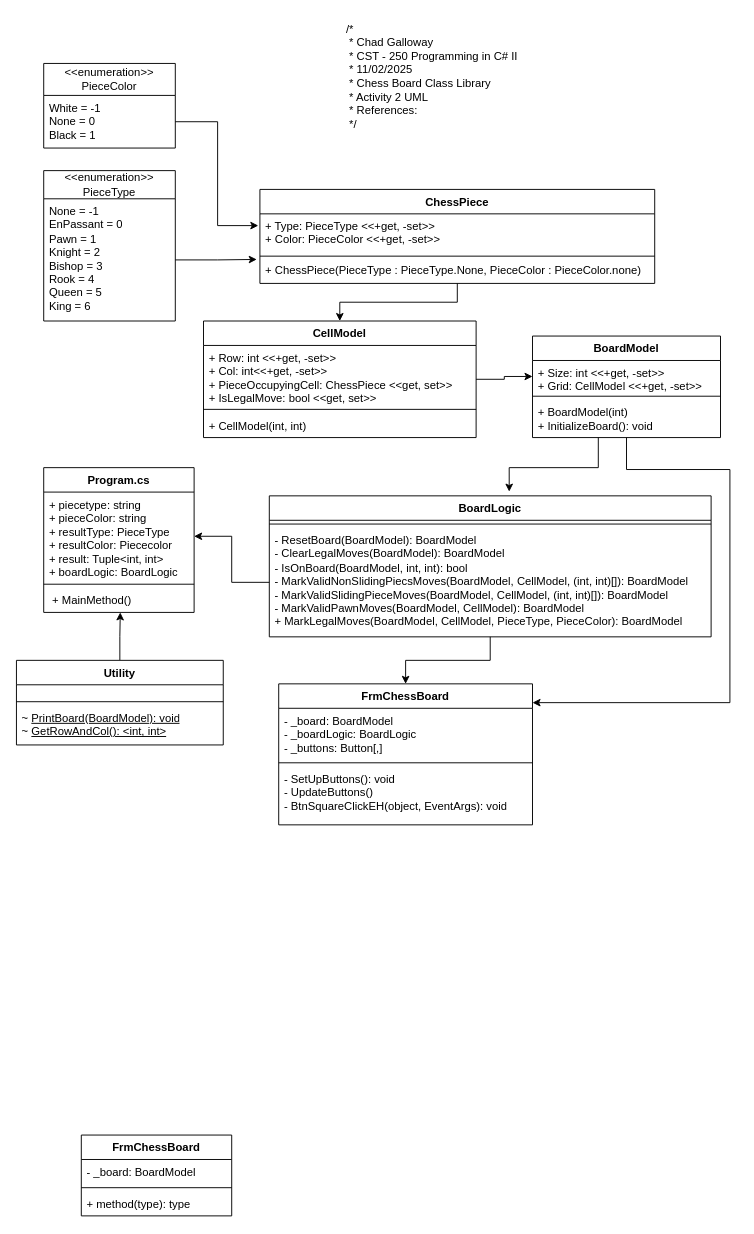
The draw.io diagram Activity 2/Pictures/Activity2_UML.drawio in CGalloway3/CST-250-Projects, before the edit. Source tidied: cells renumbered, new cells numbered last; positions are measured from the earlier drawing's top-left corner, leaving out a move shared by most shapes. Both pictures are drawn from the tidied source at 94%, with x=0, y=0 at pixel (16, 16).
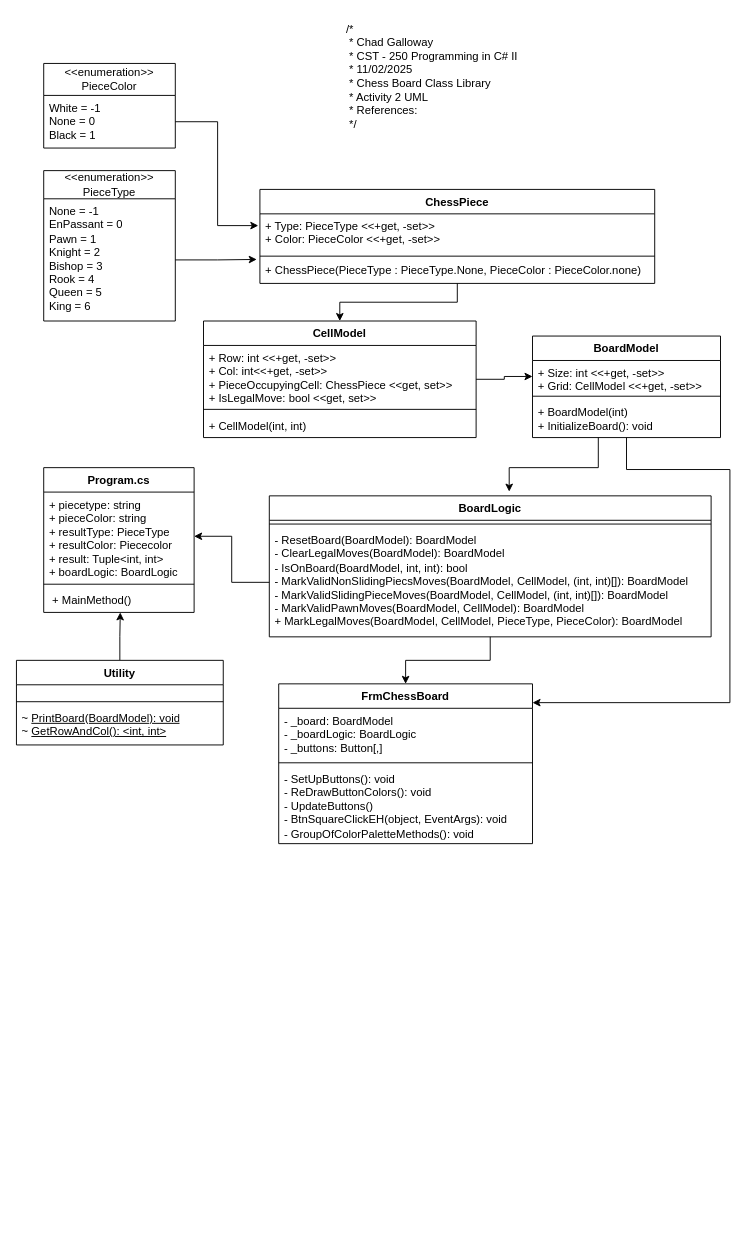
The same diagram, later.

Diff of the diagram source:
```diff
@@
-    <mxCell id="21" value="FrmChessBoard" style="swimlane;fontStyle=1;align=center;verticalAlign=top;horizontal=1;startSize=26;whiteSpace=wrap;html=1;" parent="1" vertex="1">
-      <mxGeometry x="69" y="1190" width="160" height="86" as="geometry" />
-    </mxCell>
-    <mxCell id="22" value="- _board: BoardModel" style="text;strokeColor=none;fillColor=none;align=left;verticalAlign=top;spacingLeft=4;spacingRight=4;overflow=hidden;whiteSpace=wrap;html=1;" parent="21" vertex="1">
-      <mxGeometry y="26" width="160" height="26" as="geometry" />
-    </mxCell>
-    <mxCell id="23" style="line;strokeWidth=1;fillColor=none;align=left;verticalAlign=middle;spacingTop=-1;spacingLeft=3;spacingRight=3;labelPosition=right;strokeColor=inherit;" parent="21" vertex="1">
-      <mxGeometry y="52" width="160" height="8" as="geometry" />
-    </mxCell>
-    <mxCell id="24" value="+ method(type): type" style="text;strokeColor=none;fillColor=none;align=left;verticalAlign=top;spacingLeft=4;spacingRight=4;overflow=hidden;whiteSpace=wrap;html=1;" parent="21" vertex="1">
-      <mxGeometry y="60" width="160" height="26" as="geometry" />
-    </mxCell>
@@
     <mxCell id="41" value="FrmChessBoard" style="swimlane;fontStyle=1;align=center;verticalAlign=top;horizontal=1;startSize=26;whiteSpace=wrap;html=1;" parent="1" vertex="1">
-      <mxGeometry x="279" y="710" width="270" height="150" as="geometry" />
+      <mxGeometry x="279" y="710" width="270" height="170" as="geometry" />
     </mxCell>
@@
-    <mxCell id="44" value="- SetUpButtons(): void&lt;div&gt;- UpdateButtons()&lt;br&gt;&lt;div&gt;- BtnSquareClickEH(object, EventArgs): void&lt;/div&gt;&lt;/div&gt;" style="text;strokeColor=none;fillColor=none;align=left;verticalAlign=top;spacingLeft=4;spacingRight=4;overflow=hidden;whiteSpace=wrap;html=1;" parent="41" vertex="1">
-      <mxGeometry y="88" width="270" height="62" as="geometry" />
+    <mxCell id="44" value="- SetUpButtons(): void&lt;div&gt;- ReDrawButtonColors(): void&lt;br&gt;&lt;div&gt;- UpdateButtons()&lt;br&gt;&lt;div&gt;- BtnSquareClickEH(object, EventArgs): void&lt;/div&gt;&lt;/div&gt;&lt;/div&gt;&lt;div&gt;- GroupOfColorPaletteMethods(): void&lt;/div&gt;" style="text;strokeColor=none;fillColor=none;align=left;verticalAlign=top;spacingLeft=4;spacingRight=4;overflow=hidden;whiteSpace=wrap;html=1;" parent="41" vertex="1">
+      <mxGeometry y="88" width="270" height="82" as="geometry" />
     </mxCell>
```
